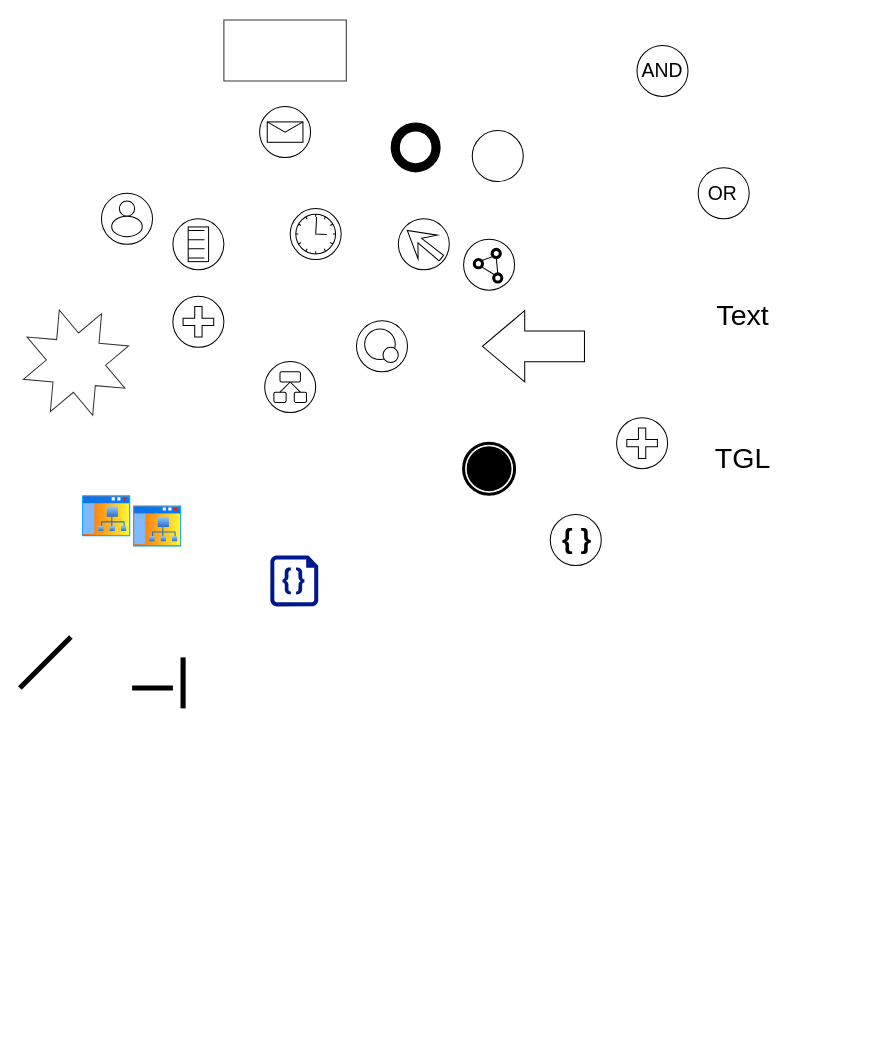
Before: assets/icons.drawio in cnshsliu/cocopad, a draw.io diagram. Source tidied: cells renumbered, new cells numbered last; positions are measured from the earlier drawing's top-left corner, leaving out a move shared by most shapes. Both pictures are drawn from the tidied source at 102%, with x=0, y=0 at pixel (19, 19).
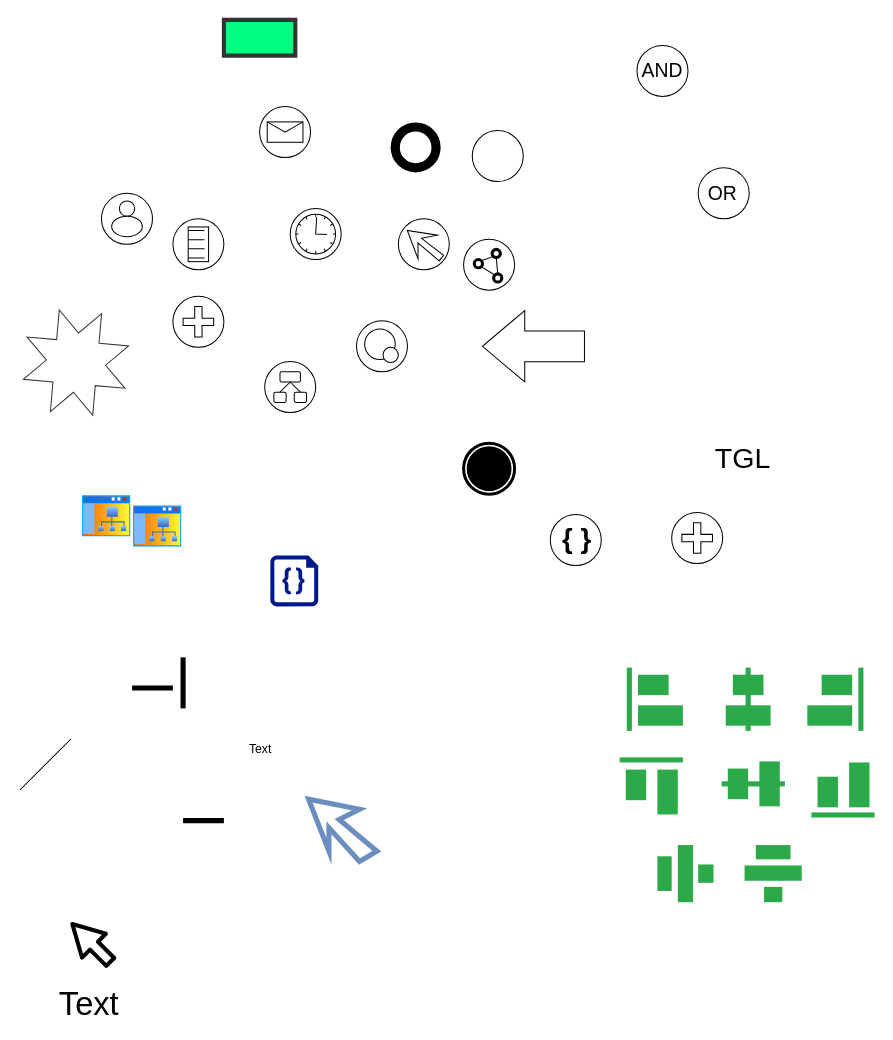
After the change.

Change to the diagram source:
```diff
@@
-    <mxCell id="32" style="verticalLabelPosition=bottom;verticalAlign=top;html=1;shape=mxgraph.basic.rect;fillColor=none;fillColor2=none;strokeColor=#333333;strokeWidth=1;size=20;indent=5;" parent="1" vertex="1">
-      <mxGeometry x="200" width="120" height="60" as="geometry" />
+    <mxCell id="32" style="verticalLabelPosition=bottom;verticalAlign=top;html=1;shape=mxgraph.basic.rect;fillColor=#00FF80;fillColor2=none;strokeColor=#333333;strokeWidth=4;size=20;indent=5;" parent="1" vertex="1">
+      <mxGeometry x="200" width="70" height="35" as="geometry" />
     </mxCell>
@@
     <mxCell id="35" style="shape=mxgraph.bpmn.shape;html=1;verticalLabelPosition=bottom;labelBackgroundColor=#ffffff;verticalAlign=top;align=center;perimeter=ellipsePerimeter;outline=standard;symbol=parallelMultiple;" parent="1" vertex="1">
-      <mxGeometry x="585" y="390" width="50" height="50" as="geometry" />
+      <mxGeometry x="639" y="483" width="50" height="50" as="geometry" />
     </mxCell>
@@
-    <mxCell id="38" value="Text" style="text;html=1;strokeColor=none;fillColor=none;align=center;verticalAlign=middle;whiteSpace=wrap;rounded=0;fontSize=28;" parent="1" vertex="1">
-      <mxGeometry x="659" y="265" width="100" height="50" as="geometry" />
+    <mxCell id="38" value="Text" style="text;strokeColor=none;fillColor=none;align=center;verticalAlign=middle;whiteSpace=wrap;rounded=0;fontSize=32;spacing=0;" parent="1" vertex="1">
+      <mxGeometry x="37.5" y="955" width="60" height="20" as="geometry" />
     </mxCell>
-    <mxCell id="39" style="endArrow=none;html=1;fontSize=28;strokeWidth=5;" parent="1" edge="1">
-      <mxGeometry relative="1" as="geometry">
-        <mxPoint y="655" as="sourcePoint" />
-        <mxPoint x="50" y="605" as="targetPoint" />
-      </mxGeometry>
-    </mxCell>
@@
+    <mxCell id="48" style="endArrow=none;html=1;" parent="1" edge="1">
+      <mxGeometry relative="1" as="geometry">
+        <mxPoint y="755" as="sourcePoint" />
+        <mxPoint x="50" y="705" as="targetPoint" />
+      </mxGeometry>
+    </mxCell>
+    <mxCell id="49" style="rounded=0;whiteSpace=wrap;html=1;fillColor=#2CA949;strokeWidth=4;strokeColor=#2CA949;" parent="1" vertex="1">
+      <mxGeometry x="608" y="644" width="26" height="16" as="geometry" />
+    </mxCell>
+    <mxCell id="50" style="rounded=0;whiteSpace=wrap;html=1;fillColor=#2CA949;strokeWidth=4;strokeColor=#2CA949;" parent="1" vertex="1">
+      <mxGeometry x="608" y="674" width="40" height="16" as="geometry" />
+    </mxCell>
+    <mxCell id="51" style="rounded=0;whiteSpace=wrap;html=1;fillColor=#2CA949;strokeWidth=4;strokeColor=#2CA949;" parent="1" vertex="1">
+      <mxGeometry x="597" y="637" width="1" height="58" as="geometry" />
+    </mxCell>
+    <mxCell id="52" style="rounded=0;whiteSpace=wrap;html=1;fillColor=#2CA949;strokeWidth=4;strokeColor=#2CA949;" parent="1" vertex="1">
+      <mxGeometry x="701" y="644" width="26" height="16" as="geometry" />
+    </mxCell>
+    <mxCell id="53" style="rounded=0;whiteSpace=wrap;html=1;fillColor=#2CA949;strokeWidth=4;strokeColor=#2CA949;" parent="1" vertex="1">
+      <mxGeometry x="694" y="674" width="40" height="16" as="geometry" />
+    </mxCell>
+    <mxCell id="54" style="rounded=0;whiteSpace=wrap;html=1;fillColor=#2CA949;strokeWidth=4;strokeColor=#2CA949;" parent="1" vertex="1">
+      <mxGeometry x="713.5" y="637" width="1" height="58" as="geometry" />
+    </mxCell>
+    <mxCell id="55" style="rounded=0;whiteSpace=wrap;html=1;fillColor=#2CA949;strokeWidth=4;strokeColor=#2CA949;" parent="1" vertex="1">
+      <mxGeometry x="788" y="644" width="26" height="16" as="geometry" />
+    </mxCell>
+    <mxCell id="56" style="rounded=0;whiteSpace=wrap;html=1;fillColor=#2CA949;strokeWidth=4;strokeColor=#2CA949;" parent="1" vertex="1">
+      <mxGeometry x="774" y="674" width="40" height="16" as="geometry" />
+    </mxCell>
+    <mxCell id="57" style="rounded=0;whiteSpace=wrap;html=1;fillColor=#2CA949;strokeWidth=4;strokeColor=#2CA949;" parent="1" vertex="1">
+      <mxGeometry x="824" y="637" width="1" height="58" as="geometry" />
+    </mxCell>
+    <mxCell id="58" style="rounded=0;whiteSpace=wrap;html=1;fillColor=#2CA949;strokeWidth=4;strokeColor=#2CA949;direction=south;" parent="1" vertex="1">
+      <mxGeometry x="596" y="737" width="16" height="26" as="geometry" />
+    </mxCell>
+    <mxCell id="59" style="rounded=0;whiteSpace=wrap;html=1;fillColor=#2CA949;strokeWidth=4;strokeColor=#2CA949;direction=south;" parent="1" vertex="1">
+      <mxGeometry x="627" y="737" width="16" height="40" as="geometry" />
+    </mxCell>
+    <mxCell id="60" style="rounded=0;whiteSpace=wrap;html=1;fillColor=#2CA949;strokeWidth=4;strokeColor=#2CA949;direction=south;" parent="1" vertex="1">
+      <mxGeometry x="590" y="725" width="58" height="1" as="geometry" />
+    </mxCell>
+    <mxCell id="61" style="rounded=0;whiteSpace=wrap;html=1;fillColor=#2CA949;strokeWidth=4;strokeColor=#2CA949;direction=south;" parent="1" vertex="1">
+      <mxGeometry x="696" y="736" width="16" height="26" as="geometry" />
+    </mxCell>
+    <mxCell id="62" style="rounded=0;whiteSpace=wrap;html=1;fillColor=#2CA949;strokeWidth=4;strokeColor=#2CA949;direction=south;" parent="1" vertex="1">
+      <mxGeometry x="727" y="729" width="16" height="40" as="geometry" />
+    </mxCell>
+    <mxCell id="63" style="rounded=0;whiteSpace=wrap;html=1;fillColor=#2CA949;strokeWidth=4;strokeColor=#2CA949;direction=south;" parent="1" vertex="1">
+      <mxGeometry x="690" y="748.5" width="58" height="1" as="geometry" />
+    </mxCell>
+    <mxCell id="64" style="rounded=0;whiteSpace=wrap;html=1;fillColor=#2CA949;strokeWidth=4;strokeColor=#2CA949;direction=south;" parent="1" vertex="1">
+      <mxGeometry x="784" y="744" width="16" height="26" as="geometry" />
+    </mxCell>
+    <mxCell id="65" style="rounded=0;whiteSpace=wrap;html=1;fillColor=#2CA949;strokeWidth=4;strokeColor=#2CA949;direction=south;" parent="1" vertex="1">
+      <mxGeometry x="815" y="730" width="16" height="40" as="geometry" />
+    </mxCell>
+    <mxCell id="66" style="rounded=0;whiteSpace=wrap;html=1;fillColor=#2CA949;strokeWidth=4;strokeColor=#2CA949;direction=south;" parent="1" vertex="1">
+      <mxGeometry x="778" y="779" width="58" height="1" as="geometry" />
+    </mxCell>
+    <mxCell id="67" style="rounded=0;whiteSpace=wrap;html=1;fillColor=#2CA949;strokeWidth=4;strokeColor=#2CA949;direction=south;" parent="1" vertex="1">
+      <mxGeometry x="627" y="822" width="10" height="30" as="geometry" />
+    </mxCell>
+    <mxCell id="68" style="rounded=0;whiteSpace=wrap;html=1;fillColor=#2CA949;strokeWidth=4;strokeColor=#2CA949;direction=south;" parent="1" vertex="1">
+      <mxGeometry x="647" y="811" width="11" height="52" as="geometry" />
+    </mxCell>
+    <mxCell id="69" style="rounded=0;whiteSpace=wrap;html=1;fillColor=#2CA949;strokeWidth=4;strokeColor=#2CA949;direction=south;" parent="1" vertex="1">
+      <mxGeometry x="667" y="830" width="11" height="14" as="geometry" />
+    </mxCell>
+    <mxCell id="70" style="rounded=0;whiteSpace=wrap;html=1;fillColor=#2CA949;strokeWidth=4;strokeColor=#2CA949;direction=west;" parent="1" vertex="1">
+      <mxGeometry x="723.5" y="811" width="30" height="10" as="geometry" />
+    </mxCell>
+    <mxCell id="71" style="rounded=0;whiteSpace=wrap;html=1;fillColor=#2CA949;strokeWidth=4;strokeColor=#2CA949;direction=west;" parent="1" vertex="1">
+      <mxGeometry x="712.5" y="831" width="52" height="11" as="geometry" />
+    </mxCell>
+    <mxCell id="72" style="rounded=0;whiteSpace=wrap;html=1;fillColor=#2CA949;strokeWidth=4;strokeColor=#2CA949;direction=west;" parent="1" vertex="1">
+      <mxGeometry x="731.5" y="852" width="14" height="11" as="geometry" />
+    </mxCell>
+    <mxCell id="73" style="endArrow=none;html=1;fontSize=28;strokeWidth=5;" parent="1" edge="1">
+      <mxGeometry relative="1" as="geometry">
+        <mxPoint x="160" y="785" as="sourcePoint" />
+        <mxPoint x="200" y="785" as="targetPoint" />
+      </mxGeometry>
+    </mxCell>
+    <mxCell id="74" style="endArrow=none;html=1;fontSize=28;strokeWidth=5;rounded=0;fillColor=#dae8fc;strokeColor=#6c8ebf;" parent="1" edge="1">
+      <mxGeometry relative="1" as="geometry">
+        <mxPoint x="303" y="804" as="sourcePoint" />
+        <mxPoint x="303" y="804" as="targetPoint" />
+        <Array as="points">
+          <mxPoint x="303" y="792" />
+          <mxPoint x="333" y="825" />
+          <mxPoint x="350" y="815" />
+          <mxPoint x="313" y="784" />
+          <mxPoint x="333" y="774" />
+          <mxPoint x="283" y="764" />
+          <mxPoint x="303" y="815" />
+        </Array>
+      </mxGeometry>
+    </mxCell>
+    <mxCell id="75" value="Text" style="text;html=1;align=left;verticalAlign=top;spacingTop=-4;" parent="1" vertex="1">
+      <mxGeometry x="223" y="705" width="40" height="20" as="geometry" />
+    </mxCell>
+    <mxCell id="76" style="shape=flexArrow;endArrow=classic;html=1;strokeWidth=4;fillColor=#FFFFFF;width=8;endSize=8.67;endWidth=18;" parent="1" edge="1">
+      <mxGeometry relative="1" as="geometry">
+        <mxPoint x="90" y="925" as="sourcePoint" />
+        <mxPoint x="50" y="885" as="targetPoint" />
+      </mxGeometry>
+    </mxCell>
```
